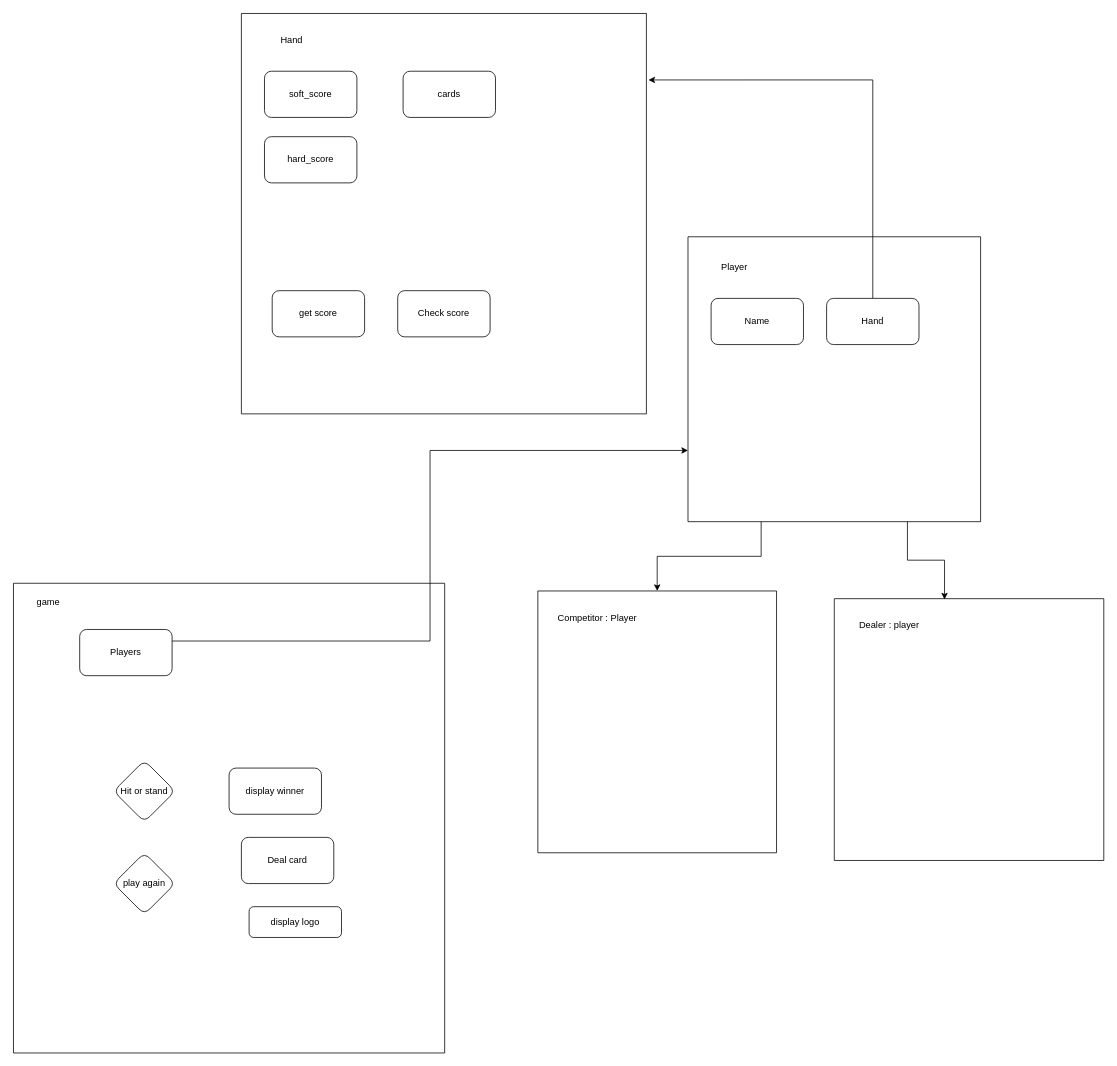
Above: drawings/blackjack_classes.drawio in funkimunky/blackjack (draw.io), before the change. Source tidied: cells renumbered, new cells numbered last; positions are measured from the earlier drawing's top-left corner, leaving out a move shared by most shapes. Both pictures are drawn from the tidied source at 77%, with x=0, y=0 at pixel (13, 13).
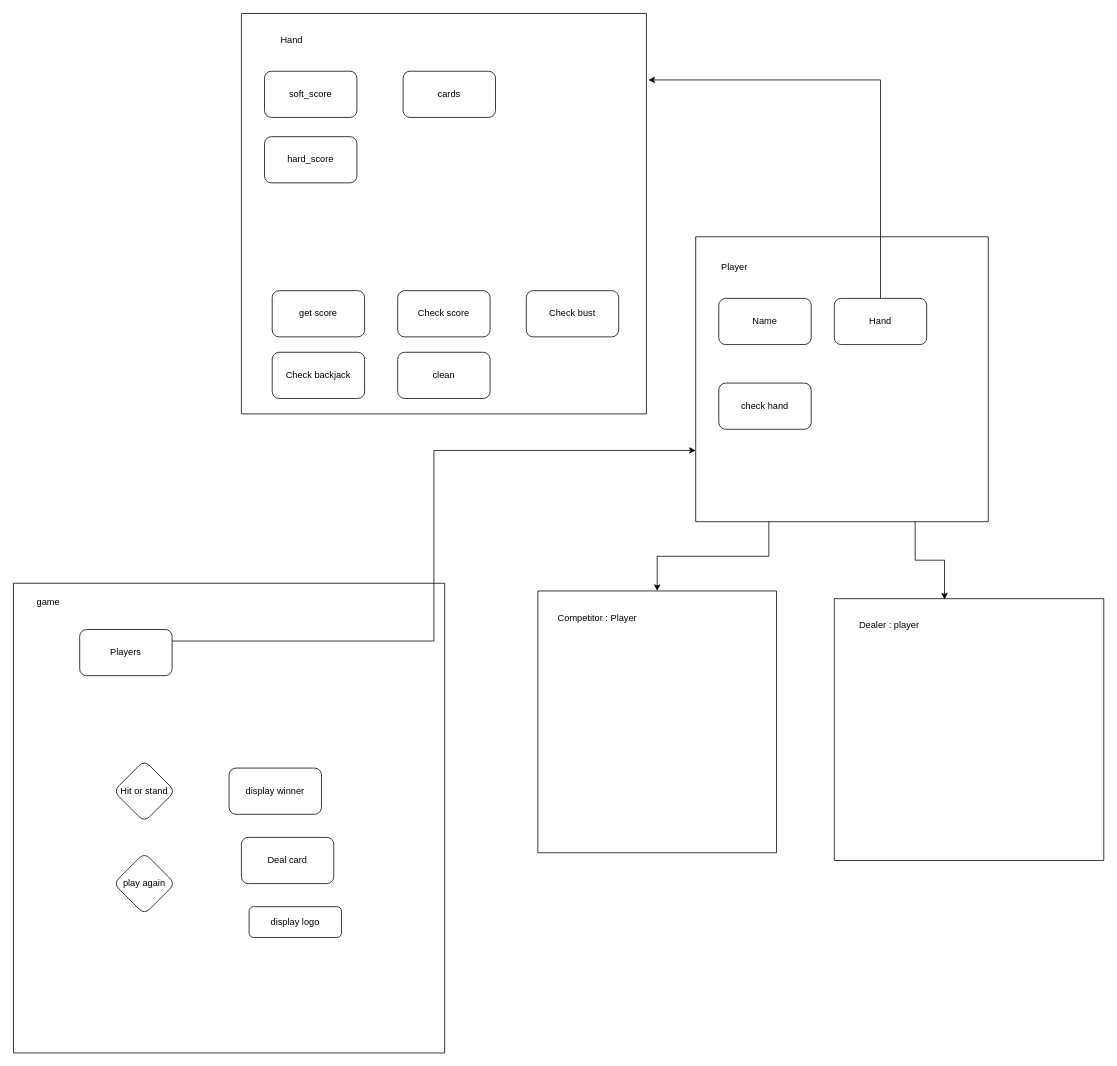
The same page after the edit.

The change refers to these unchanged cells:
```xml
<mxCell id="12" style="swimlane;startSize=0;" parent="1" vertex="1">
  <mxGeometry x="296" width="526" height="520" as="geometry" />
</mxCell>
```

Change to the diagram source:
```diff
@@
+    <mxCell id="29" value="Check bust" style="rounded=1;whiteSpace=wrap;html=1;" parent="12" vertex="1">
+      <mxGeometry x="370" y="360" width="120" height="60" as="geometry" />
+    </mxCell>
+    <mxCell id="30" value="Check backjack" style="rounded=1;whiteSpace=wrap;html=1;" parent="12" vertex="1">
+      <mxGeometry x="40" y="440" width="120" height="60" as="geometry" />
+    </mxCell>
+    <mxCell id="31" value="clean" style="rounded=1;whiteSpace=wrap;html=1;" parent="12" vertex="1">
+      <mxGeometry x="203" y="440" width="120" height="60" as="geometry" />
+    </mxCell>
@@
     <mxCell id="23" style="swimlane;startSize=0;" parent="1" vertex="1">
-      <mxGeometry x="876" y="290" width="380" height="370" as="geometry" />
+      <mxGeometry x="886" y="290" width="380" height="370" as="geometry" />
     </mxCell>
@@
+    <mxCell id="32" value="check hand" style="rounded=1;whiteSpace=wrap;html=1;" parent="23" vertex="1">
+      <mxGeometry x="30" y="190" width="120" height="60" as="geometry" />
+    </mxCell>
```
